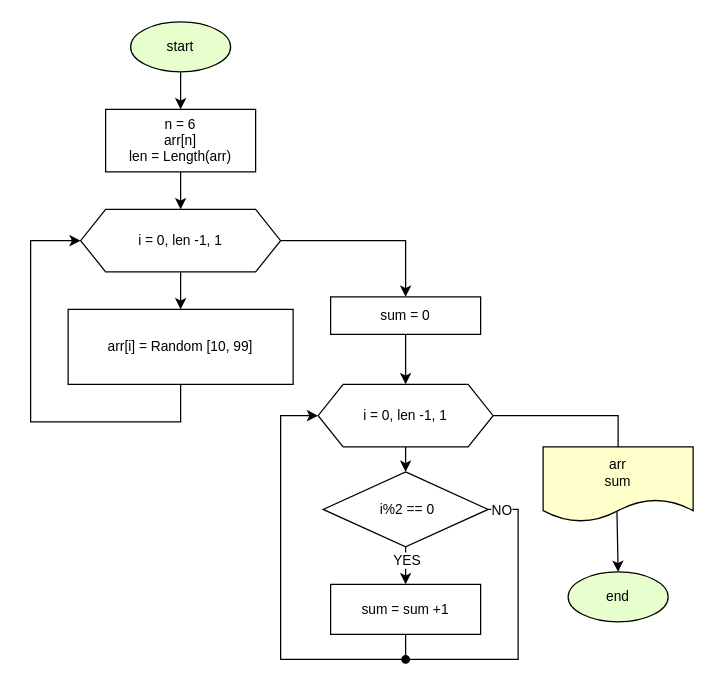
Before: TASK_5_2/CHART.drawio in SegaBash/CS_Task, a draw.io diagram. Source tidied: cells renumbered, new cells numbered last; positions are measured from the earlier drawing's top-left corner, leaving out a move shared by most shapes. Both pictures are drawn from the tidied source at 125%, with x=0, y=0 at pixel (30, 21).
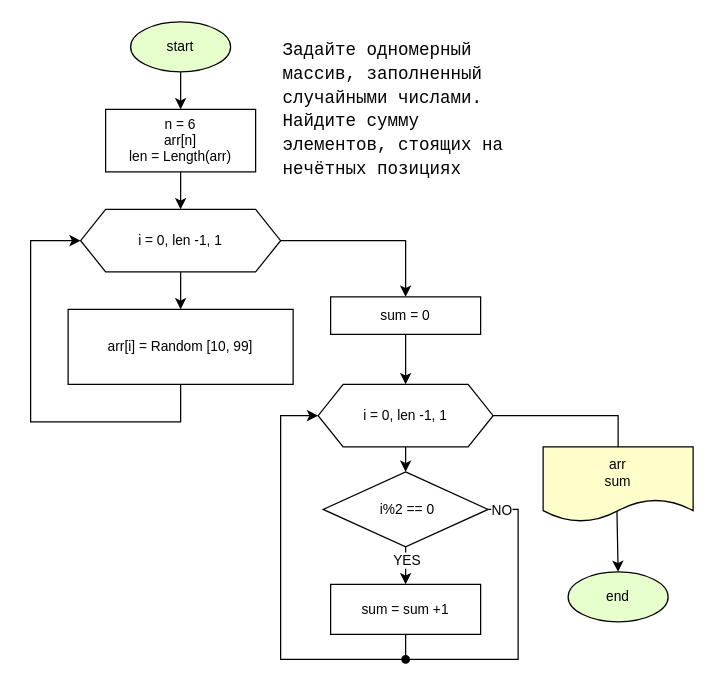
The same diagram, later.

What changed in the source:
```diff
@@
+    <mxCell id="26" value="&lt;div style=&quot;font-family: consolas, &amp;quot;courier new&amp;quot;, monospace; font-size: 14px; line-height: 19px;&quot;&gt;Задайте одномерный массив, заполненный случайными числами. Найдите сумму элементов, стоящих на нечётных позициях&lt;/div&gt;" style="text;html=1;strokeColor=none;fillColor=none;align=left;verticalAlign=middle;whiteSpace=wrap;rounded=0;labelBackgroundColor=#FFFFFF;fontColor=#000000;" parent="1" vertex="1">
+      <mxGeometry x="200" y="10" width="200" height="120" as="geometry" />
+    </mxCell>
```
